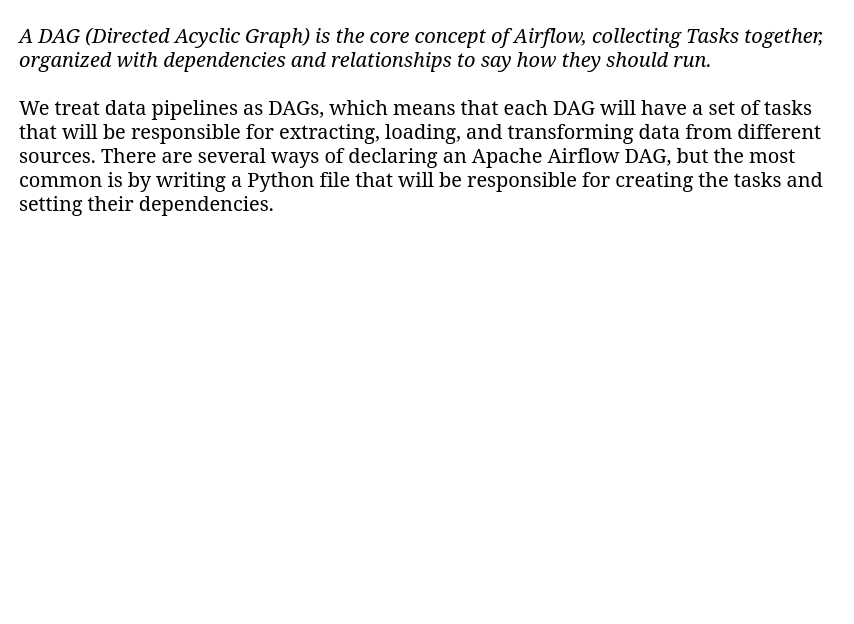
Earlier version of the draw.io diagram diagrams/Interview_Feedback_System_Design.drawio (jamadagniVijay/coding-practice). Source tidied: cells renumbered, new cells numbered last; positions are measured from the earlier drawing's top-left corner, leaving out a move shared by most shapes. Both pictures are drawn from the tidied source at 100%, with x=0, y=0 at pixel (17, 17).
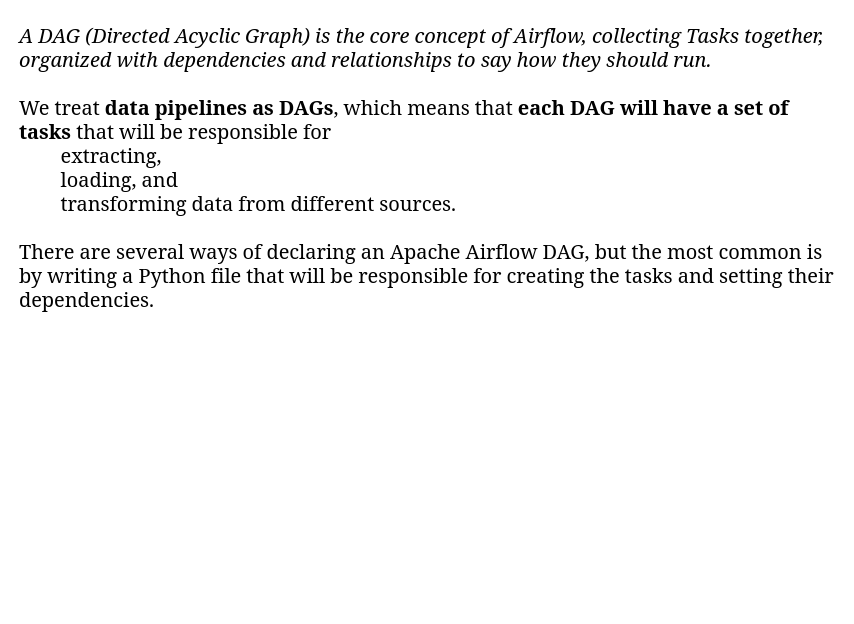
After the change.

Diff of the diagram source:
```diff
@@
 <mxGraphModel>
   <root>
     <mxCell id="0" />
     <mxCell id="1" parent="0" />
-    <mxCell id="2" value="&lt;span style=&quot;font-family: source-serif-pro, Georgia, Cambria, &amp;quot;Times New Roman&amp;quot;, Times, serif; font-size: 20px; font-style: italic; font-variant-ligatures: normal; font-variant-caps: normal; font-weight: 400; letter-spacing: -0.06px; orphans: 2; text-align: start; text-indent: 0px; text-transform: none; widows: 2; word-spacing: 0px; -webkit-text-stroke-width: 0px; white-space: normal; text-decoration-thickness: initial; text-decoration-style: initial; text-decoration-color: initial; float: none; display: inline !important;&quot;&gt;A DAG (Directed Acyclic Graph) is the core concept of Airflow, collecting Tasks together, organized with dependencies and relationships to say how they should run.&lt;span&gt;&amp;nbsp;&lt;br&gt;&lt;/span&gt;&lt;span style=&quot;font-style: normal; letter-spacing: -0.06px;&quot;&gt;&lt;br&gt;&lt;/span&gt;&lt;/span&gt;&lt;div&gt;&lt;span style=&quot;font-family: source-serif-pro, Georgia, Cambria, &amp;quot;Times New Roman&amp;quot;, Times, serif; font-size: 20px; font-style: italic; font-variant-ligatures: normal; font-variant-caps: normal; font-weight: 400; letter-spacing: -0.06px; orphans: 2; text-align: start; text-indent: 0px; text-transform: none; widows: 2; word-spacing: 0px; -webkit-text-stroke-width: 0px; white-space: normal; text-decoration-thickness: initial; text-decoration-style: initial; text-decoration-color: initial; float: none; display: inline !important;&quot;&gt;&lt;span style=&quot;font-style: normal; letter-spacing: -0.06px;&quot;&gt;We treat data pipelines as DAGs, which means that each DAG will have a set of tasks that will be responsible for extracting, loading, and transforming data from different sources. There are several ways of declaring an Apache Airflow DAG, but the most common is by writing a Python file that will be responsible for creating the tasks and setting their dependencies.&lt;/span&gt;&lt;span&gt;&lt;/span&gt;&lt;/span&gt;&lt;/div&gt;" style="text;whiteSpace=wrap;html=1;fontColor=default;labelBackgroundColor=none;" parent="1" vertex="1">
+    <mxCell id="2" value="&lt;span style=&quot;font-family: source-serif-pro, Georgia, Cambria, &amp;quot;Times New Roman&amp;quot;, Times, serif; font-size: 20px; font-style: italic; font-variant-ligatures: normal; font-variant-caps: normal; font-weight: 400; letter-spacing: -0.06px; orphans: 2; text-align: start; text-indent: 0px; text-transform: none; widows: 2; word-spacing: 0px; -webkit-text-stroke-width: 0px; white-space: normal; text-decoration-thickness: initial; text-decoration-style: initial; text-decoration-color: initial; float: none; display: inline !important;&quot;&gt;A DAG (Directed Acyclic Graph) is the core concept of Airflow, collecting Tasks together, organized with dependencies and relationships to say how they should run.&lt;span&gt;&amp;nbsp;&lt;br&gt;&lt;/span&gt;&lt;span style=&quot;font-style: normal; letter-spacing: -0.06px;&quot;&gt;&lt;br&gt;&lt;/span&gt;&lt;/span&gt;&lt;div&gt;&lt;span style=&quot;font-family: source-serif-pro, Georgia, Cambria, &amp;quot;Times New Roman&amp;quot;, Times, serif; font-size: 20px; font-style: italic; font-variant-ligatures: normal; font-variant-caps: normal; letter-spacing: -0.06px; orphans: 2; text-align: start; text-indent: 0px; text-transform: none; widows: 2; word-spacing: 0px; -webkit-text-stroke-width: 0px; white-space: normal; text-decoration-thickness: initial; text-decoration-style: initial; text-decoration-color: initial; float: none; display: inline !important;&quot;&gt;&lt;span style=&quot;font-style: normal; letter-spacing: -0.06px;&quot;&gt;We treat &lt;b&gt;data pipelines as DAGs&lt;/b&gt;, which means that &lt;b&gt;each DAG will have a set of tasks &lt;/b&gt;that will be responsible for&amp;nbsp;&lt;/span&gt;&lt;/span&gt;&lt;/div&gt;&lt;div&gt;&lt;span style=&quot;font-family: source-serif-pro, Georgia, Cambria, &amp;quot;Times New Roman&amp;quot;, Times, serif; font-size: 20px; font-style: italic; font-variant-ligatures: normal; font-variant-caps: normal; letter-spacing: -0.06px; orphans: 2; text-align: start; text-indent: 0px; text-transform: none; widows: 2; word-spacing: 0px; -webkit-text-stroke-width: 0px; white-space: normal; text-decoration-thickness: initial; text-decoration-style: initial; text-decoration-color: initial; float: none; display: inline !important;&quot;&gt;&lt;span style=&quot;font-style: normal; letter-spacing: -0.06px;&quot;&gt;&lt;span style=&quot;white-space: pre;&quot;&gt;&#9;&lt;/span&gt;extracting,&amp;nbsp;&lt;/span&gt;&lt;/span&gt;&lt;/div&gt;&lt;div&gt;&lt;span style=&quot;font-family: source-serif-pro, Georgia, Cambria, &amp;quot;Times New Roman&amp;quot;, Times, serif; font-size: 20px; font-style: italic; font-variant-ligatures: normal; font-variant-caps: normal; letter-spacing: -0.06px; orphans: 2; text-align: start; text-indent: 0px; text-transform: none; widows: 2; word-spacing: 0px; -webkit-text-stroke-width: 0px; white-space: normal; text-decoration-thickness: initial; text-decoration-style: initial; text-decoration-color: initial; float: none; display: inline !important;&quot;&gt;&lt;span style=&quot;font-style: normal; letter-spacing: -0.06px;&quot;&gt;&lt;span style=&quot;white-space: pre;&quot;&gt;&#9;&lt;/span&gt;loading, and&amp;nbsp;&lt;/span&gt;&lt;/span&gt;&lt;/div&gt;&lt;div&gt;&lt;span style=&quot;font-family: source-serif-pro, Georgia, Cambria, &amp;quot;Times New Roman&amp;quot;, Times, serif; font-size: 20px; font-style: italic; font-variant-ligatures: normal; font-variant-caps: normal; letter-spacing: -0.06px; orphans: 2; text-align: start; text-indent: 0px; text-transform: none; widows: 2; word-spacing: 0px; -webkit-text-stroke-width: 0px; white-space: normal; text-decoration-thickness: initial; text-decoration-style: initial; text-decoration-color: initial; float: none; display: inline !important;&quot;&gt;&lt;span style=&quot;font-style: normal; letter-spacing: -0.06px;&quot;&gt;&lt;span style=&quot;white-space: pre;&quot;&gt;&#9;&lt;/span&gt;transforming data from different sources.&amp;nbsp;&lt;/span&gt;&lt;/span&gt;&lt;/div&gt;&lt;div&gt;&lt;span style=&quot;font-family: source-serif-pro, Georgia, Cambria, &amp;quot;Times New Roman&amp;quot;, Times, serif; font-size: 20px; font-style: italic; font-variant-ligatures: normal; font-variant-caps: normal; letter-spacing: -0.06px; orphans: 2; text-align: start; text-indent: 0px; text-transform: none; widows: 2; word-spacing: 0px; -webkit-text-stroke-width: 0px; white-space: normal; text-decoration-thickness: initial; text-decoration-style: initial; text-decoration-color: initial; float: none; display: inline !important;&quot;&gt;&lt;span style=&quot;font-style: normal; letter-spacing: -0.06px;&quot;&gt;&lt;br&gt;&lt;/span&gt;&lt;/span&gt;&lt;/div&gt;&lt;div&gt;&lt;span style=&quot;font-family: source-serif-pro, Georgia, Cambria, &amp;quot;Times New Roman&amp;quot;, Times, serif; font-size: 20px; font-style: italic; font-variant-ligatures: normal; font-variant-caps: normal; letter-spacing: -0.06px; orphans: 2; text-align: start; text-indent: 0px; text-transform: none; widows: 2; word-spacing: 0px; -webkit-text-stroke-width: 0px; white-space: normal; text-decoration-thickness: initial; text-decoration-style: initial; text-decoration-color: initial; float: none; display: inline !important;&quot;&gt;&lt;span style=&quot;font-style: normal; letter-spacing: -0.06px;&quot;&gt;There are several ways of declaring an Apache Airflow DAG, but the most common is by writing a Python file that will be responsible for creating the tasks and setting their dependencies.&lt;/span&gt;&lt;span&gt;&lt;/span&gt;&lt;/span&gt;&lt;/div&gt;" style="text;whiteSpace=wrap;html=1;fontColor=default;labelBackgroundColor=none;" parent="1" vertex="1">
       <mxGeometry width="820" height="590" as="geometry" />
     </mxCell>
   </root>
 </mxGraphModel>
```
